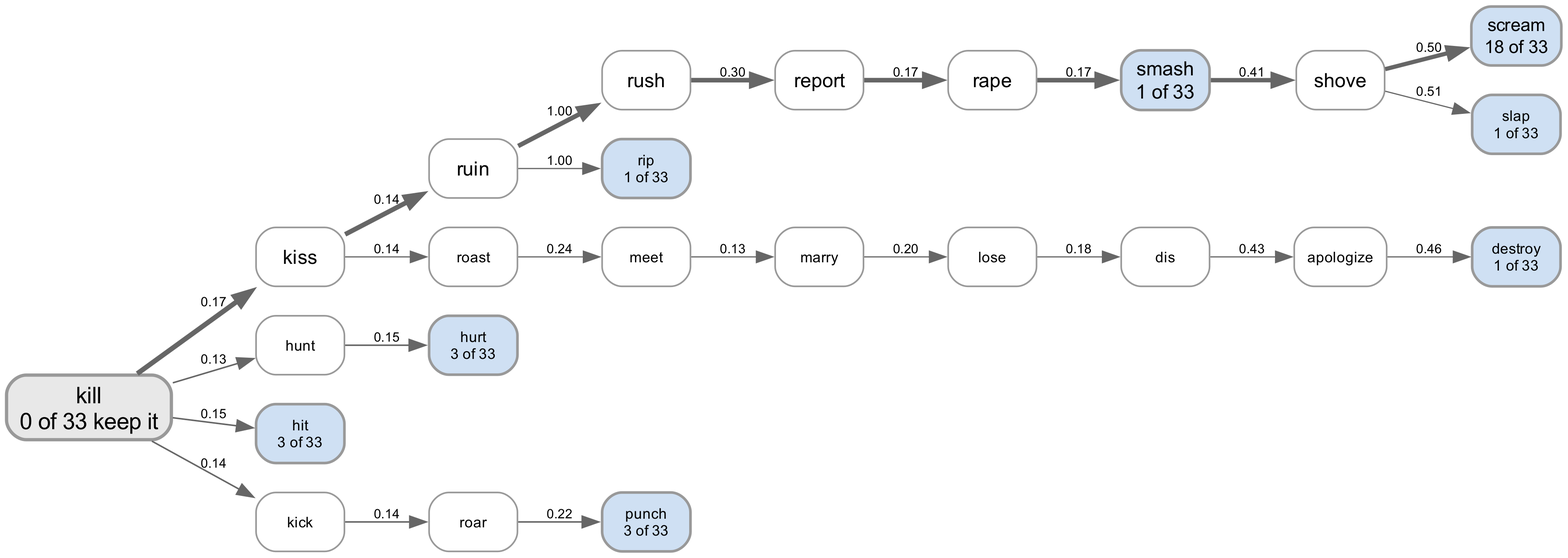
quadrismegistus/malignment keeps this Graphviz diagram as experiments/displacement/chain_of_connections/figures/pathways_kill_faller_llama_unembed_k4.png. Above is the earlier version. Its source is kept beside it as experiments/displacement/chain_of_connections/figures/pathways_kill_faller_llama_unembed_k4.dot. The source it was exported from:
```dot
digraph {
  rankdir=LR; bgcolor="white";
  node [shape=box style="rounded,filled" fontname="Arial" fontsize=10 color="#999999"];
  edge [fontname="Arial" fontsize=8 color="#666666"];
  "kill" [label="kill\n0 of 33 keep it" fillcolor="#e8e8e8" penwidth=2.0 fontsize=14];
  "kiss" [label="kiss" fillcolor="#ffffff" penwidth=1.0 fontsize=12];
  "ruin" [label="ruin" fillcolor="#ffffff" penwidth=1.0 fontsize=12];
  "rush" [label="rush" fillcolor="#ffffff" penwidth=1.0 fontsize=12];
  "report" [label="report" fillcolor="#ffffff" penwidth=1.0 fontsize=12];
  "rape" [label="rape" fillcolor="#ffffff" penwidth=1.0 fontsize=12];
  "smash" [label="smash\n1 of 33" fillcolor="#cfe0f3" penwidth=1.6 fontsize=12];
  "shove" [label="shove" fillcolor="#ffffff" penwidth=1.0 fontsize=12];
  "scream" [label="scream\n18 of 33" fillcolor="#cfe0f3" penwidth=1.6 fontsize=11];
  "hunt" [label="hunt" fillcolor="#ffffff" penwidth=1.0 fontsize=9];
  "hurt" [label="hurt\n3 of 33" fillcolor="#cfe0f3" penwidth=1.6 fontsize=9];
  "hit" [label="hit\n3 of 33" fillcolor="#cfe0f3" penwidth=1.6 fontsize=9];
  "roast" [label="roast" fillcolor="#ffffff" penwidth=1.0 fontsize=9];
  "meet" [label="meet" fillcolor="#ffffff" penwidth=1.0 fontsize=9];
  "marry" [label="marry" fillcolor="#ffffff" penwidth=1.0 fontsize=9];
  "lose" [label="lose" fillcolor="#ffffff" penwidth=1.0 fontsize=9];
  "dis" [label="dis" fillcolor="#ffffff" penwidth=1.0 fontsize=9];
  "apologize" [label="apologize" fillcolor="#ffffff" penwidth=1.0 fontsize=9];
  "destroy" [label="destroy\n1 of 33" fillcolor="#cfe0f3" penwidth=1.6 fontsize=9];
  "slap" [label="slap\n1 of 33" fillcolor="#cfe0f3" penwidth=1.6 fontsize=9];
  "kick" [label="kick" fillcolor="#ffffff" penwidth=1.0 fontsize=9];
  "roar" [label="roar" fillcolor="#ffffff" penwidth=1.0 fontsize=9];
  "punch" [label="punch\n3 of 33" fillcolor="#cfe0f3" penwidth=1.6 fontsize=9];
  "rip" [label="rip\n1 of 33" fillcolor="#cfe0f3" penwidth=1.6 fontsize=9];
  "apologize" -> "destroy" [penwidth=0.71 label="0.46"];
  "dis" -> "apologize" [penwidth=0.71 label="0.43"];
  "hunt" -> "hurt" [penwidth=0.93 label="0.15"];
  "kick" -> "roar" [penwidth=0.93 label="0.14"];
  "kill" -> "hit" [penwidth=0.93 label="0.15"];
  "kill" -> "hunt" [penwidth=0.93 label="0.13"];
  "kill" -> "kick" [penwidth=0.93 label="0.14"];
  "kill" -> "kiss" [penwidth=3.01 label="0.17"];
  "kiss" -> "roast" [penwidth=0.71 label="0.14"];
  "kiss" -> "ruin" [penwidth=2.90 label="0.14"];
  "lose" -> "dis" [penwidth=0.71 label="0.18"];
  "marry" -> "lose" [penwidth=0.71 label="0.20"];
  "meet" -> "marry" [penwidth=0.71 label="0.13"];
  "rape" -> "smash" [penwidth=2.79 label="0.17"];
  "report" -> "rape" [penwidth=2.79 label="0.17"];
  "roar" -> "punch" [penwidth=0.93 label="0.22"];
  "roast" -> "meet" [penwidth=0.71 label="0.24"];
  "ruin" -> "rip" [penwidth=0.71 label="1.00"];
  "ruin" -> "rush" [penwidth=2.79 label="1.00"];
  "rush" -> "report" [penwidth=2.79 label="0.30"];
  "shove" -> "scream" [penwidth=2.57 label="0.50"];
  "shove" -> "slap" [penwidth=0.71 label="0.51"];
  "smash" -> "shove" [penwidth=2.68 label="0.41"];
}
```
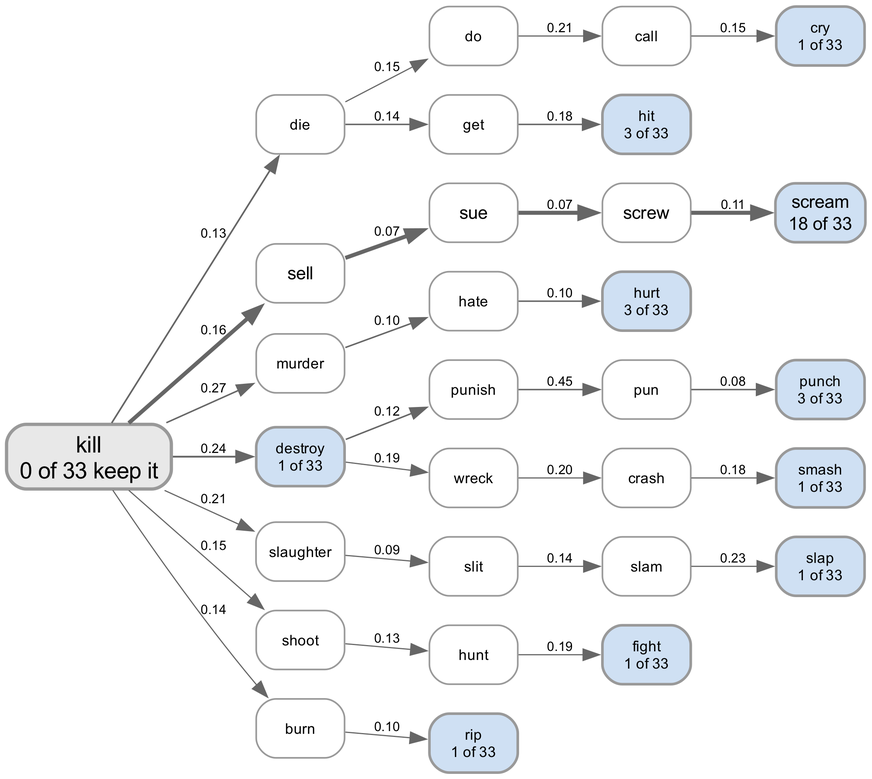
Above is the later version.

Change to the diagram source:
```diff
@@ -3,50 +3,62 @@
   node [shape=box style="rounded,filled" fontname="Arial" fontsize=10 color="#999999"];
   edge [fontname="Arial" fontsize=8 color="#666666"];
   "kill" [label="kill\n0 of 33 keep it" fillcolor="#e8e8e8" penwidth=2.0 fontsize=14];
-  "kiss" [label="kiss" fillcolor="#ffffff" penwidth=1.0 fontsize=12];
-  "ruin" [label="ruin" fillcolor="#ffffff" penwidth=1.0 fontsize=12];
-  "rush" [label="rush" fillcolor="#ffffff" penwidth=1.0 fontsize=12];
-  "report" [label="report" fillcolor="#ffffff" penwidth=1.0 fontsize=12];
-  "rape" [label="rape" fillcolor="#ffffff" penwidth=1.0 fontsize=12];
-  "smash" [label="smash\n1 of 33" fillcolor="#cfe0f3" penwidth=1.6 fontsize=12];
-  "shove" [label="shove" fillcolor="#ffffff" penwidth=1.0 fontsize=12];
+  "die" [label="die" fillcolor="#ffffff" penwidth=1.0 fontsize=9];
+  "do" [label="do" fillcolor="#ffffff" penwidth=1.0 fontsize=9];
+  "call" [label="call" fillcolor="#ffffff" penwidth=1.0 fontsize=9];
+  "cry" [label="cry\n1 of 33" fillcolor="#cfe0f3" penwidth=1.6 fontsize=9];
+  "sell" [label="sell" fillcolor="#ffffff" penwidth=1.0 fontsize=11];
+  "sue" [label="sue" fillcolor="#ffffff" penwidth=1.0 fontsize=11];
+  "screw" [label="screw" fillcolor="#ffffff" penwidth=1.0 fontsize=11];
   "scream" [label="scream\n18 of 33" fillcolor="#cfe0f3" penwidth=1.6 fontsize=11];
+  "murder" [label="murder" fillcolor="#ffffff" penwidth=1.0 fontsize=9];
+  "hate" [label="hate" fillcolor="#ffffff" penwidth=1.0 fontsize=9];
+  "hurt" [label="hurt\n3 of 33" fillcolor="#cfe0f3" penwidth=1.6 fontsize=9];
+  "get" [label="get" fillcolor="#ffffff" penwidth=1.0 fontsize=9];
+  "hit" [label="hit\n3 of 33" fillcolor="#cfe0f3" penwidth=1.6 fontsize=9];
+  "destroy" [label="destroy\n1 of 33" fillcolor="#cfe0f3" penwidth=1.6 fontsize=9];
+  "slaughter" [label="slaughter" fillcolor="#ffffff" penwidth=1.0 fontsize=9];
+  "slit" [label="slit" fillcolor="#ffffff" penwidth=1.0 fontsize=9];
+  "slam" [label="slam" fillcolor="#ffffff" penwidth=1.0 fontsize=9];
+  "slap" [label="slap\n1 of 33" fillcolor="#cfe0f3" penwidth=1.6 fontsize=9];
+  "punish" [label="punish" fillcolor="#ffffff" penwidth=1.0 fontsize=9];
+  "pun" [label="pun" fillcolor="#ffffff" penwidth=1.0 fontsize=9];
+  "punch" [label="punch\n3 of 33" fillcolor="#cfe0f3" penwidth=1.6 fontsize=9];
+  "shoot" [label="shoot" fillcolor="#ffffff" penwidth=1.0 fontsize=9];
   "hunt" [label="hunt" fillcolor="#ffffff" penwidth=1.0 fontsize=9];
-  "hurt" [label="hurt\n3 of 33" fillcolor="#cfe0f3" penwidth=1.6 fontsize=9];
-  "hit" [label="hit\n3 of 33" fillcolor="#cfe0f3" penwidth=1.6 fontsize=9];
-  "roast" [label="roast" fillcolor="#ffffff" penwidth=1.0 fontsize=9];
-  "meet" [label="meet" fillcolor="#ffffff" penwidth=1.0 fontsize=9];
-  "marry" [label="marry" fillcolor="#ffffff" penwidth=1.0 fontsize=9];
-  "lose" [label="lose" fillcolor="#ffffff" penwidth=1.0 fontsize=9];
-  "dis" [label="dis" fillcolor="#ffffff" penwidth=1.0 fontsize=9];
-  "apologize" [label="apologize" fillcolor="#ffffff" penwidth=1.0 fontsize=9];
-  "destroy" [label="destroy\n1 of 33" fillcolor="#cfe0f3" penwidth=1.6 fontsize=9];
-  "slap" [label="slap\n1 of 33" fillcolor="#cfe0f3" penwidth=1.6 fontsize=9];
-  "kick" [label="kick" fillcolor="#ffffff" penwidth=1.0 fontsize=9];
-  "roar" [label="roar" fillcolor="#ffffff" penwidth=1.0 fontsize=9];
-  "punch" [label="punch\n3 of 33" fillcolor="#cfe0f3" penwidth=1.6 fontsize=9];
+  "fight" [label="fight\n1 of 33" fillcolor="#cfe0f3" penwidth=1.6 fontsize=9];
+  "burn" [label="burn" fillcolor="#ffffff" penwidth=1.0 fontsize=9];
   "rip" [label="rip\n1 of 33" fillcolor="#cfe0f3" penwidth=1.6 fontsize=9];
-  "apologize" -> "destroy" [penwidth=0.71 label="0.46"];
-  "dis" -> "apologize" [penwidth=0.71 label="0.43"];
-  "hunt" -> "hurt" [penwidth=0.93 label="0.15"];
-  "kick" -> "roar" [penwidth=0.93 label="0.14"];
-  "kill" -> "hit" [penwidth=0.93 label="0.15"];
-  "kill" -> "hunt" [penwidth=0.93 label="0.13"];
-  "kill" -> "kick" [penwidth=0.93 label="0.14"];
-  "kill" -> "kiss" [penwidth=3.01 label="0.17"];
-  "kiss" -> "roast" [penwidth=0.71 label="0.14"];
-  "kiss" -> "ruin" [penwidth=2.90 label="0.14"];
-  "lose" -> "dis" [penwidth=0.71 label="0.18"];
-  "marry" -> "lose" [penwidth=0.71 label="0.20"];
-  "meet" -> "marry" [penwidth=0.71 label="0.13"];
-  "rape" -> "smash" [penwidth=2.79 label="0.17"];
-  "report" -> "rape" [penwidth=2.79 label="0.17"];
-  "roar" -> "punch" [penwidth=0.93 label="0.22"];
-  "roast" -> "meet" [penwidth=0.71 label="0.24"];
-  "ruin" -> "rip" [penwidth=0.71 label="1.00"];
-  "ruin" -> "rush" [penwidth=2.79 label="1.00"];
-  "rush" -> "report" [penwidth=2.79 label="0.30"];
-  "shove" -> "scream" [penwidth=2.57 label="0.50"];
-  "shove" -> "slap" [penwidth=0.71 label="0.51"];
-  "smash" -> "shove" [penwidth=2.68 label="0.41"];
+  "wreck" [label="wreck" fillcolor="#ffffff" penwidth=1.0 fontsize=9];
+  "crash" [label="crash" fillcolor="#ffffff" penwidth=1.0 fontsize=9];
+  "smash" [label="smash\n1 of 33" fillcolor="#cfe0f3" penwidth=1.6 fontsize=9];
+  "burn" -> "rip" [penwidth=0.70 label="0.10"];
+  "call" -> "cry" [penwidth=0.70 label="0.15"];
+  "crash" -> "smash" [penwidth=0.70 label="0.18"];
+  "destroy" -> "punish" [penwidth=0.91 label="0.12"];
+  "destroy" -> "wreck" [penwidth=0.70 label="0.19"];
+  "die" -> "do" [penwidth=0.70 label="0.15"];
+  "die" -> "get" [penwidth=0.91 label="0.14"];
+  "do" -> "call" [penwidth=0.70 label="0.21"];
+  "get" -> "hit" [penwidth=0.91 label="0.18"];
+  "hate" -> "hurt" [penwidth=0.91 label="0.10"];
+  "hunt" -> "fight" [penwidth=0.70 label="0.19"];
+  "kill" -> "burn" [penwidth=0.70 label="0.14"];
+  "kill" -> "destroy" [penwidth=1.12 label="0.24"];
+  "kill" -> "die" [penwidth=1.01 label="0.13"];
+  "kill" -> "murder" [penwidth=0.91 label="0.27"];
+  "kill" -> "sell" [penwidth=2.45 label="0.16"];
+  "kill" -> "shoot" [penwidth=0.70 label="0.15"];
+  "kill" -> "slaughter" [penwidth=0.70 label="0.21"];
+  "murder" -> "hate" [penwidth=0.91 label="0.10"];
+  "pun" -> "punch" [penwidth=0.91 label="0.08"];
+  "punish" -> "pun" [penwidth=0.91 label="0.45"];
+  "screw" -> "scream" [penwidth=2.45 label="0.11"];
+  "sell" -> "sue" [penwidth=2.45 label="0.07"];
+  "shoot" -> "hunt" [penwidth=0.70 label="0.13"];
+  "slam" -> "slap" [penwidth=0.70 label="0.23"];
+  "slaughter" -> "slit" [penwidth=0.70 label="0.09"];
+  "slit" -> "slam" [penwidth=0.70 label="0.14"];
+  "sue" -> "screw" [penwidth=2.45 label="0.07"];
+  "wreck" -> "crash" [penwidth=0.70 label="0.20"];
 }
```
